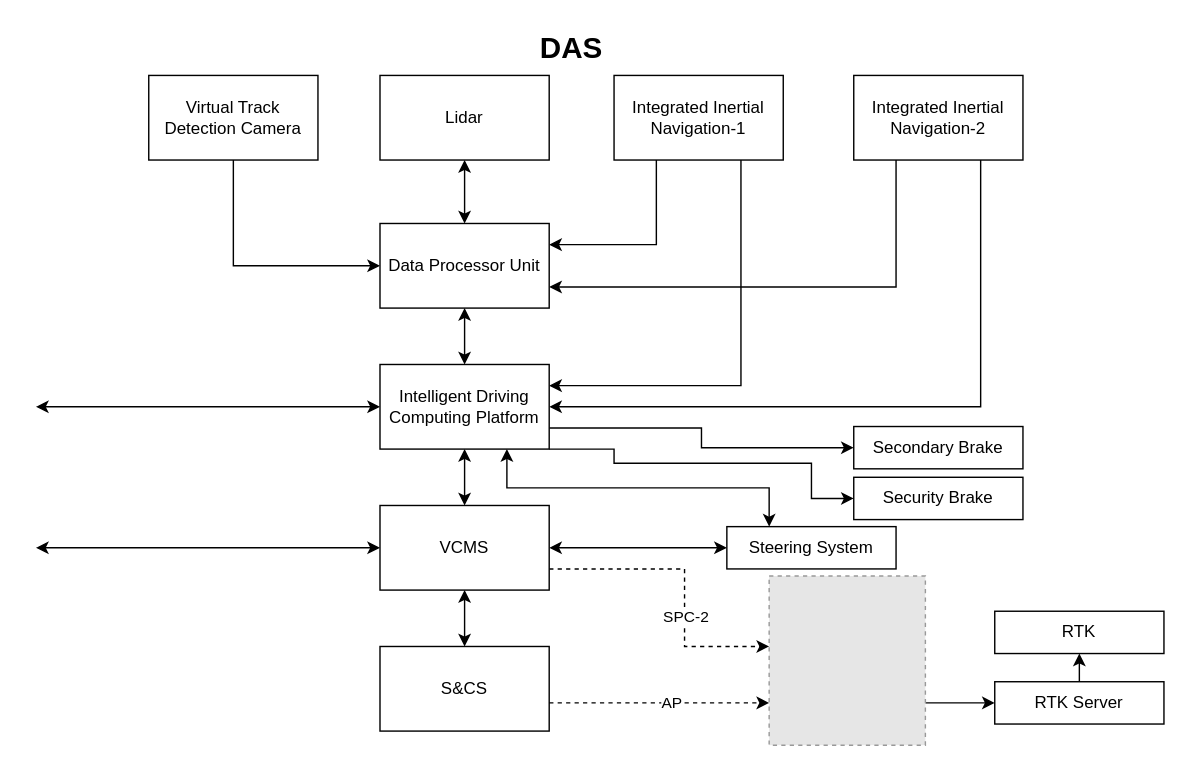
Before: Untitled Diagram.drawio in FrankWong-cs/SharingwithColleagues, a draw.io diagram. Source tidied: cells renumbered, new cells numbered last; positions are measured from the earlier drawing's top-left corner, leaving out a move shared by most shapes. Both pictures are drawn from the tidied source at 141%, with x=0, y=0 at pixel (35, 25). Pictures stored in the file or linked from it are replaced by grey dashed boxes.
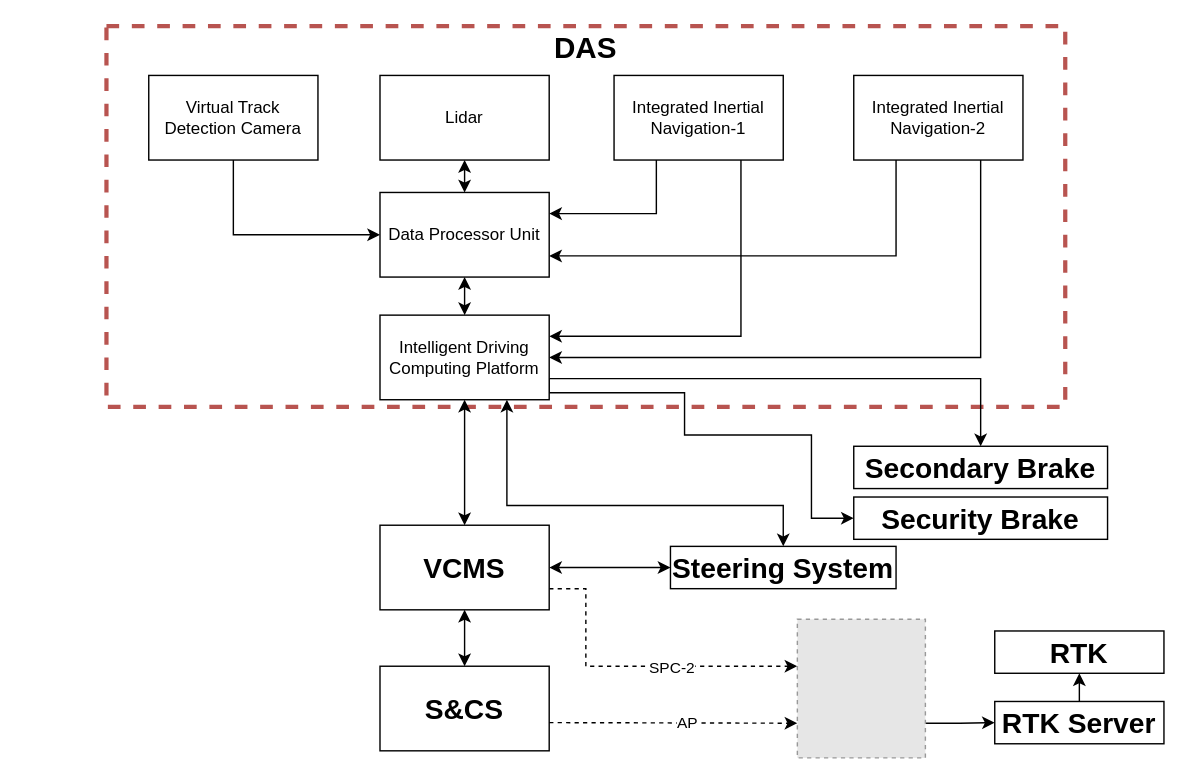
The same diagram, later.

Diff of the diagram source:
```diff
@@
+    <mxCell id="38" style="rounded=0;whiteSpace=wrap;html=1;fillColor=none;strokeWidth=3;strokeColor=#b85450;dashed=1;" parent="1" vertex="1">
+      <mxGeometry x="50" width="680" height="270" as="geometry" />
+    </mxCell>
@@
     <mxCell id="13" value="Data Processor Unit" style="rounded=0;whiteSpace=wrap;html=1;" parent="1" vertex="1">
-      <mxGeometry x="244" y="140" width="120" height="60" as="geometry" />
+      <mxGeometry x="244" y="118" width="120" height="60" as="geometry" />
     </mxCell>
@@
-    <mxCell id="15" style="edgeStyle=orthogonalEdgeStyle;rounded=0;jettySize=auto;html=1;exitX=0.75;exitY=1;exitDx=0;exitDy=0;entryX=0.25;entryY=0;entryDx=0;entryDy=0;startArrow=classic;startFill=1;" parent="1" edge="1" source="19" target="28">
-      <mxGeometry relative="1" as="geometry" />
+    <mxCell id="15" style="edgeStyle=orthogonalEdgeStyle;rounded=0;jettySize=auto;html=1;exitX=0.75;exitY=1;exitDx=0;exitDy=0;entryX=0.5;entryY=0;entryDx=0;entryDy=0;startArrow=classic;startFill=1;" parent="1" edge="1" source="19" target="28">
+      <mxGeometry relative="1" as="geometry">
+        <Array as="points">
+          <mxPoint x="334" y="340" />
+          <mxPoint x="530" y="340" />
+        </Array>
+      </mxGeometry>
     </mxCell>
@@
-    <mxCell id="17" style="edgeStyle=orthogonalEdgeStyle;rounded=0;jettySize=auto;html=1;exitX=0;exitY=0.5;exitDx=0;exitDy=0;startArrow=classic;startFill=1;" parent="1" edge="1" source="19">
-      <mxGeometry relative="1" as="geometry">
-        <mxPoint y="270" as="targetPoint" />
-        <mxPoint x="1" as="offset" />
-      </mxGeometry>
-    </mxCell>
-    <mxCell id="18" style="edgeStyle=orthogonalEdgeStyle;rounded=0;jettySize=auto;html=1;exitX=1;exitY=1;exitDx=0;exitDy=0;entryX=0;entryY=0.5;entryDx=0;entryDy=0;" parent="1" edge="1" source="19" target="30">
+    <mxCell id="18" style="edgeStyle=orthogonalEdgeStyle;rounded=0;jettySize=auto;html=1;exitX=1;exitY=0.75;exitDx=0;exitDy=0;entryX=0;entryY=0.5;entryDx=0;entryDy=0;" parent="1" edge="1" source="19" target="30">
       <mxGeometry relative="1" as="geometry">
         <Array as="points">
-          <mxPoint x="410" y="300" />
-          <mxPoint x="410" y="310" />
-          <mxPoint x="550" y="310" />
-          <mxPoint x="550" y="335" />
+          <mxPoint x="364" y="260" />
+          <mxPoint x="460" y="260" />
+          <mxPoint x="460" y="290" />
+          <mxPoint x="550" y="290" />
+          <mxPoint x="550" y="349" />
         </Array>
       </mxGeometry>
     </mxCell>
     <mxCell id="19" value="Intelligent Driving&lt;br&gt;Computing Platform" style="rounded=0;whiteSpace=wrap;html=1;" parent="1" vertex="1">
-      <mxGeometry x="244" y="240" width="120" height="60" as="geometry" />
+      <mxGeometry x="244" y="205" width="120" height="60" as="geometry" />
     </mxCell>
-    <mxCell id="20" value="Secondary Brake" style="rounded=0;whiteSpace=wrap;html=1;" parent="1" vertex="1">
-      <mxGeometry x="580" y="284" width="120" height="30" as="geometry" />
+    <mxCell id="20" value="Secondary Brake" style="rounded=0;whiteSpace=wrap;html=1;strokeColor=default;align=center;verticalAlign=middle;fontFamily=Helvetica;fontSize=20;fontColor=default;fontStyle=1;fillColor=default;" parent="1" vertex="1">
+      <mxGeometry x="580" y="298" width="180" height="30" as="geometry" />
     </mxCell>
@@
-    <mxCell id="23" style="edgeStyle=orthogonalEdgeStyle;rounded=0;jettySize=auto;html=1;exitX=0;exitY=0.5;exitDx=0;exitDy=0;startArrow=classic;startFill=1;" parent="1" edge="1" source="26">
-      <mxGeometry relative="1" as="geometry">
-        <mxPoint y="370" as="targetPoint" />
-      </mxGeometry>
-    </mxCell>
     <mxCell id="24" style="edgeStyle=orthogonalEdgeStyle;rounded=0;jettySize=auto;html=1;exitX=1;exitY=0.75;exitDx=0;exitDy=0;dashed=1;" parent="1" edge="1" source="26" target="34">
       <mxGeometry relative="1" as="geometry">
         <Array as="points">
-          <mxPoint x="460" y="385" />
-          <mxPoint x="460" y="440" />
+          <mxPoint x="390" y="399" />
+          <mxPoint x="390" y="454" />
         </Array>
       </mxGeometry>
     </mxCell>
@@
-    <mxCell id="26" value="VCMS" style="rounded=0;whiteSpace=wrap;html=1;" parent="1" vertex="1">
-      <mxGeometry x="244" y="340" width="120" height="60" as="geometry" />
+    <mxCell id="26" value="VCMS" style="rounded=0;whiteSpace=wrap;html=1;fontSize=20;fontStyle=1;" parent="1" vertex="1">
+      <mxGeometry x="244" y="354" width="120" height="60" as="geometry" />
     </mxCell>
-    <mxCell id="27" value="S&amp;amp;CS" style="rounded=0;whiteSpace=wrap;html=1;" parent="1" vertex="1">
-      <mxGeometry x="244" y="440" width="120" height="60" as="geometry" />
+    <mxCell id="27" value="S&amp;amp;CS" style="rounded=0;whiteSpace=wrap;html=1;strokeColor=default;align=center;verticalAlign=middle;fontFamily=Helvetica;fontSize=20;fontColor=default;fontStyle=1;fillColor=default;" parent="1" vertex="1">
+      <mxGeometry x="244" y="454" width="120" height="60" as="geometry" />
     </mxCell>
-    <mxCell id="28" value="Steering System" style="rounded=0;whiteSpace=wrap;html=1;" parent="1" vertex="1">
-      <mxGeometry x="490" y="355" width="120" height="30" as="geometry" />
+    <mxCell id="28" value="Steering System" style="rounded=0;whiteSpace=wrap;html=1;strokeColor=default;align=center;verticalAlign=middle;fontFamily=Helvetica;fontSize=20;fontColor=default;fontStyle=1;fillColor=default;" parent="1" vertex="1">
+      <mxGeometry x="450" y="369" width="160" height="30" as="geometry" />
     </mxCell>
     <mxCell id="29" value="DAS" style="text;html=1;strokeColor=none;fillColor=none;align=center;verticalAlign=middle;whiteSpace=wrap;rounded=0;fontSize=21;fontStyle=1;" parent="1" vertex="1">
-      <mxGeometry x="350" width="60" height="30" as="geometry" />
+      <mxGeometry x="360" width="60" height="30" as="geometry" />
     </mxCell>
-    <mxCell id="30" value="Security Brake" style="rounded=0;whiteSpace=wrap;html=1;" parent="1" vertex="1">
-      <mxGeometry x="580" y="320" width="120" height="30" as="geometry" />
+    <mxCell id="30" value="Security Brake" style="rounded=0;whiteSpace=wrap;html=1;strokeColor=default;align=center;verticalAlign=middle;fontFamily=Helvetica;fontSize=20;fontColor=default;fontStyle=1;fillColor=default;" parent="1" vertex="1">
+      <mxGeometry x="580" y="334" width="180" height="30" as="geometry" />
     </mxCell>
     <mxCell id="31" style="endArrow=classic;html=1;rounded=0;dashed=1;entryX=0;entryY=0.75;entryDx=0;entryDy=0;" parent="1" edge="1" target="34">
       <mxGeometry relative="1" as="geometry">
-        <mxPoint x="364" y="480" as="sourcePoint" />
+        <mxPoint x="364" y="494" as="sourcePoint" />
       </mxGeometry>
     </mxCell>
@@
     <mxCell id="34" style="fillColor=#E6E6E6;strokeColor=#999999;dashed=1;verticalLabelPosition=bottom;labelBackgroundColor=default;verticalAlign=top;" parent="1" vertex="1">
-      <mxGeometry x="520" y="390" width="110.8" height="120" as="geometry" />
+      <mxGeometry x="540" y="420.7" width="90.8" height="98.3" as="geometry" />
     </mxCell>
@@
-    <mxCell id="36" value="RTK Server" style="rounded=0;whiteSpace=wrap;html=1;" parent="1" vertex="1">
-      <mxGeometry x="680" y="465" width="120" height="30" as="geometry" />
+    <mxCell id="36" value="RTK Server" style="rounded=0;whiteSpace=wrap;html=1;strokeColor=default;align=center;verticalAlign=middle;fontFamily=Helvetica;fontSize=20;fontColor=default;fontStyle=1;fillColor=default;" parent="1" vertex="1">
+      <mxGeometry x="680" y="479" width="120" height="30" as="geometry" />
     </mxCell>
-    <mxCell id="37" value="RTK" style="rounded=0;whiteSpace=wrap;html=1;" parent="1" vertex="1">
-      <mxGeometry x="680" y="415" width="120" height="30" as="geometry" />
+    <mxCell id="37" value="RTK" style="rounded=0;whiteSpace=wrap;html=1;strokeColor=default;align=center;verticalAlign=middle;fontFamily=Helvetica;fontSize=20;fontColor=default;fontStyle=1;fillColor=default;" parent="1" vertex="1">
+      <mxGeometry x="680" y="429" width="120" height="30" as="geometry" />
     </mxCell>
```
